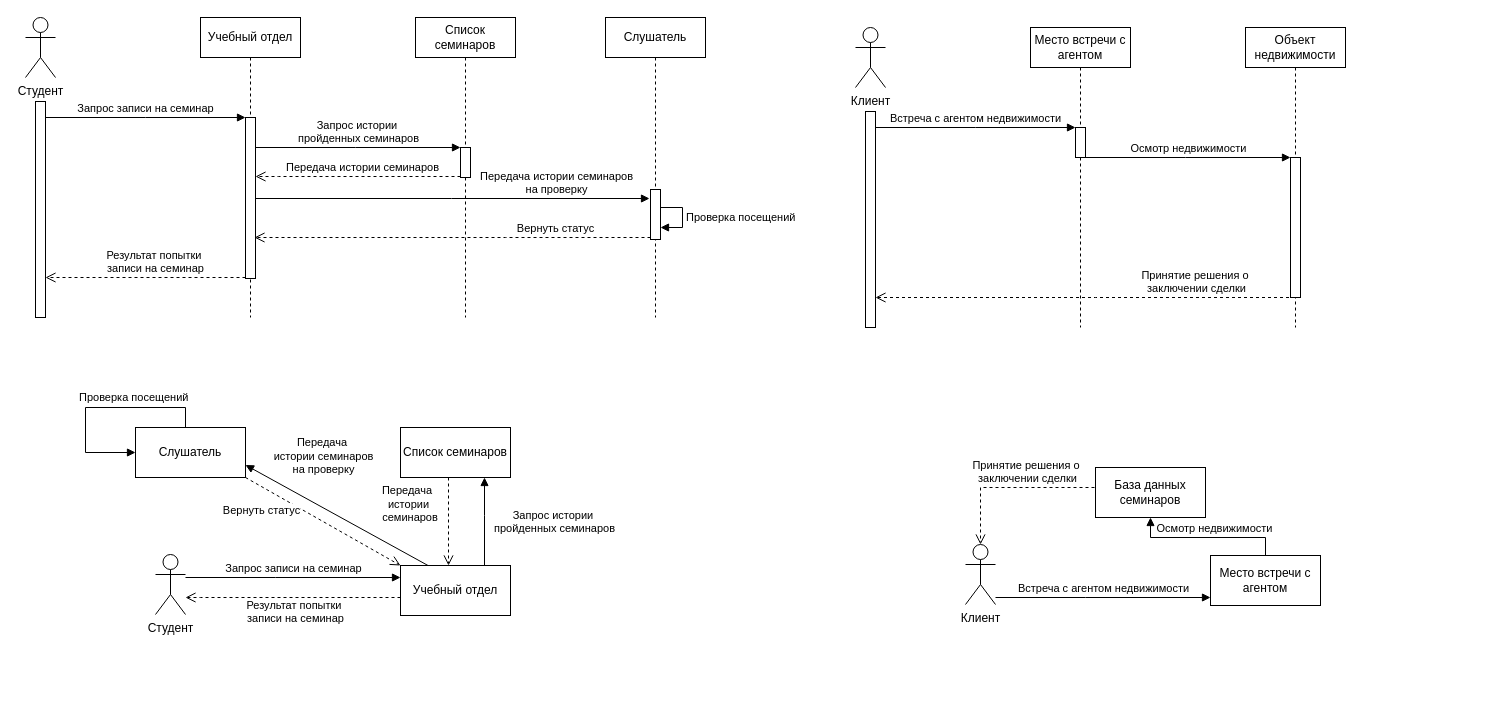
This is АКМС/4.drawio from Shumila71/homeworks, a draw.io file, before an edit. Source tidied: cells renumbered, new cells numbered last; positions are measured from the earlier drawing's top-left corner, leaving out a move shared by most shapes. Both pictures are drawn from the tidied source at 100%, with x=0, y=0 at pixel (25, 17).
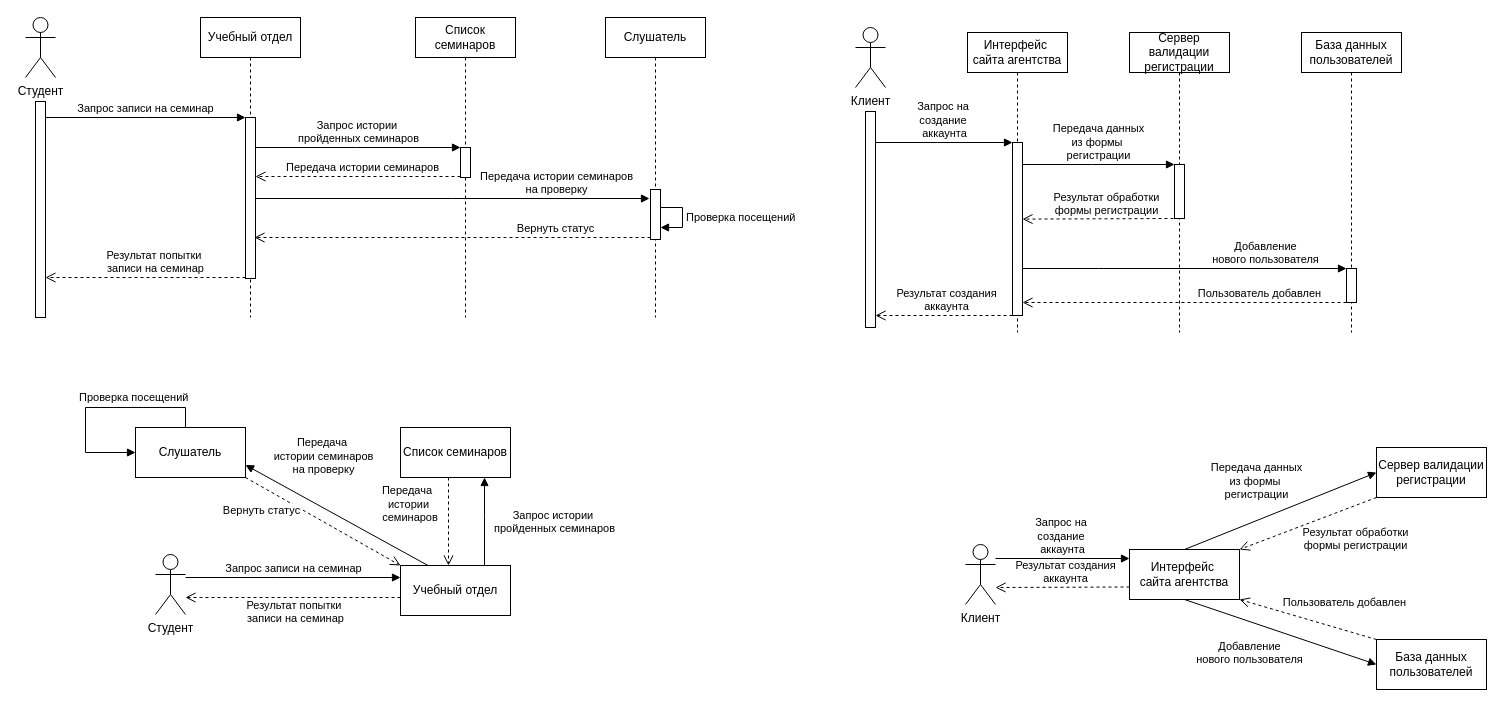
Above is the later version.

Unchanged cells that the change refers to:
```xml
<mxCell id="29" style="html=1;points=[[0,0,0,0,5],[0,1,0,0,-5],[1,0,0,0,5],[1,1,0,0,-5]];perimeter=orthogonalPerimeter;outlineConnect=0;targetShapes=umlLifeline;portConstraint=eastwest;newEdgeStyle={&quot;curved&quot;:0,&quot;rounded&quot;:0};" parent="1" vertex="1">
  <mxGeometry x="840" y="94" width="10" height="216" as="geometry" />
</mxCell>
<mxCell id="35" value="Клиент" style="shape=umlActor;verticalLabelPosition=bottom;verticalAlign=top;html=1;" parent="1" vertex="1">
  <mxGeometry x="940" y="527" width="30" height="60" as="geometry" />
</mxCell>
```

Change to the diagram source:
```diff
@@
-    <mxCell id="26" value="Место встречи с агентом" style="shape=umlLifeline;perimeter=lifelinePerimeter;whiteSpace=wrap;html=1;newEdgeStyle={&quot;edgeStyle&quot;:&quot;elbowEdgeStyle&quot;,&quot;elbow&quot;:&quot;vertical&quot;,&quot;curved&quot;:0,&quot;rounded&quot;:0};" parent="1" vertex="1">
-      <mxGeometry x="1005" y="10" width="100" height="300" as="geometry" />
+    <mxCell id="26" value="Интерфейс&amp;nbsp;&lt;div&gt;сайта агентства&lt;/div&gt;" style="shape=umlLifeline;perimeter=lifelinePerimeter;whiteSpace=wrap;html=1;newEdgeStyle={&quot;edgeStyle&quot;:&quot;elbowEdgeStyle&quot;,&quot;elbow&quot;:&quot;vertical&quot;,&quot;curved&quot;:0,&quot;rounded&quot;:0};" parent="1" vertex="1">
+      <mxGeometry x="942" y="15" width="100" height="300" as="geometry" />
     </mxCell>
     <mxCell id="27" style="html=1;points=[];perimeter=orthogonalPerimeter;outlineConnect=0;targetShapes=umlLifeline;portConstraint=eastwest;newEdgeStyle={&quot;edgeStyle&quot;:&quot;elbowEdgeStyle&quot;,&quot;elbow&quot;:&quot;vertical&quot;,&quot;curved&quot;:0,&quot;rounded&quot;:0};" parent="26" vertex="1">
-      <mxGeometry x="45" y="100" width="10" height="30" as="geometry" />
+      <mxGeometry x="45" y="110" width="10" height="173" as="geometry" />
     </mxCell>
-    <mxCell id="28" value="Встреча с агентом недвижимости" style="html=1;verticalAlign=bottom;endArrow=block;edgeStyle=elbowEdgeStyle;elbow=vertical;curved=0;rounded=0;" parent="1" edge="1" source="29" target="27">
-      <mxGeometry relative="1" as="geometry">
-        <Array as="points">
-          <mxPoint x="950" y="110" />
-          <mxPoint x="965" y="90" />
-        </Array>
-      </mxGeometry>
-    </mxCell>
@@
-    <mxCell id="31" value="Объект недвижимости" style="shape=umlLifeline;perimeter=lifelinePerimeter;whiteSpace=wrap;html=1;newEdgeStyle={&quot;edgeStyle&quot;:&quot;elbowEdgeStyle&quot;,&quot;elbow&quot;:&quot;vertical&quot;,&quot;curved&quot;:0,&quot;rounded&quot;:0};" parent="1" vertex="1">
-      <mxGeometry x="1220" y="10" width="100" height="300" as="geometry" />
+    <mxCell id="31" value="База данных пользователей" style="shape=umlLifeline;perimeter=lifelinePerimeter;whiteSpace=wrap;html=1;newEdgeStyle={&quot;edgeStyle&quot;:&quot;elbowEdgeStyle&quot;,&quot;elbow&quot;:&quot;vertical&quot;,&quot;curved&quot;:0,&quot;rounded&quot;:0};" parent="1" vertex="1">
+      <mxGeometry x="1276" y="15" width="100" height="300" as="geometry" />
     </mxCell>
     <mxCell id="32" style="html=1;points=[];perimeter=orthogonalPerimeter;outlineConnect=0;targetShapes=umlLifeline;portConstraint=eastwest;newEdgeStyle={&quot;edgeStyle&quot;:&quot;elbowEdgeStyle&quot;,&quot;elbow&quot;:&quot;vertical&quot;,&quot;curved&quot;:0,&quot;rounded&quot;:0};" parent="31" vertex="1">
-      <mxGeometry x="45" y="130" width="10" height="140" as="geometry" />
+      <mxGeometry x="45" y="236" width="10" height="34" as="geometry" />
     </mxCell>
-    <mxCell id="33" value="Осмотр недвижимости" style="html=1;verticalAlign=bottom;endArrow=block;edgeStyle=elbowEdgeStyle;elbow=vertical;curved=0;rounded=0;" parent="1" edge="1" source="27" target="32">
+    <mxCell id="33" value="Запрос на&amp;nbsp;&lt;div&gt;создание&amp;nbsp;&lt;div&gt;аккаунта&lt;/div&gt;&lt;/div&gt;" style="html=1;verticalAlign=bottom;endArrow=block;edgeStyle=elbowEdgeStyle;elbow=vertical;curved=0;rounded=0;" parent="1" edge="1" source="29" target="27">
       <mxGeometry relative="1" as="geometry">
         <Array as="points">
-          <mxPoint x="1160" y="140" />
-          <mxPoint x="1175" y="113.5" />
+          <mxPoint x="912" y="125" />
+          <mxPoint x="1160" y="320.5" />
         </Array>
       </mxGeometry>
     </mxCell>
-    <mxCell id="34" value="Принятие решения о&amp;nbsp;&lt;div&gt;заключении сделки&lt;/div&gt;" style="html=1;verticalAlign=bottom;endArrow=open;dashed=1;endSize=8;edgeStyle=elbowEdgeStyle;elbow=vertical;curved=0;rounded=0;" parent="1" edge="1" target="29">
-      <mxGeometry x="-0.53" relative="1" as="geometry">
-        <mxPoint x="1269.5" y="280" as="sourcePoint" />
-        <Array as="points">
-          <mxPoint x="1070" y="280" />
-        </Array>
-      </mxGeometry>
-    </mxCell>
@@
-    <mxCell id="36" value="Место встречи с агентом" style="html=1;whiteSpace=wrap;" parent="1" vertex="1">
-      <mxGeometry x="1185" y="538" width="110" height="50" as="geometry" />
+    <mxCell id="36" value="База данных пользователей" style="html=1;whiteSpace=wrap;" parent="1" vertex="1">
+      <mxGeometry x="1351" y="622" width="110" height="50" as="geometry" />
     </mxCell>
-    <mxCell id="37" value="База данных семинаров" style="html=1;whiteSpace=wrap;" parent="1" vertex="1">
-      <mxGeometry x="1070" y="450" width="110" height="50" as="geometry" />
+    <mxCell id="37" value="Интерфейс&amp;nbsp;&lt;div&gt;сайта агентства&lt;/div&gt;" style="html=1;whiteSpace=wrap;" parent="1" vertex="1">
+      <mxGeometry x="1104" y="532" width="110" height="50" as="geometry" />
     </mxCell>
-    <mxCell id="38" value="Встреча с агентом недвижимости" style="html=1;verticalAlign=bottom;endArrow=block;edgeStyle=elbowEdgeStyle;elbow=vertical;curved=0;rounded=0;" parent="1" edge="1">
-      <mxGeometry relative="1" as="geometry">
-        <mxPoint x="970" y="580" as="sourcePoint" />
-        <mxPoint x="1185" y="580" as="targetPoint" />
-        <Array as="points">
-          <mxPoint x="1060" y="580" />
-        </Array>
-      </mxGeometry>
-    </mxCell>
-    <mxCell id="39" value="Осмотр недвижимости" style="html=1;verticalAlign=bottom;endArrow=block;edgeStyle=elbowEdgeStyle;elbow=vertical;curved=0;rounded=0;exitX=0.5;exitY=0;exitDx=0;exitDy=0;entryX=0.5;entryY=1;entryDx=0;entryDy=0;" parent="1" edge="1" source="36" target="37">
-      <mxGeometry x="-0.1" relative="1" as="geometry">
-        <Array as="points">
-          <mxPoint x="1170" y="520" />
-          <mxPoint x="1195" y="83.5" />
-        </Array>
-      </mxGeometry>
-    </mxCell>
-    <mxCell id="40" value="Принятие решения о&amp;nbsp;&lt;div&gt;заключении сделки&lt;/div&gt;" style="html=1;verticalAlign=bottom;endArrow=open;dashed=1;endSize=8;edgeStyle=elbowEdgeStyle;elbow=vertical;curved=0;rounded=0;exitX=0;exitY=0.5;exitDx=0;exitDy=0;entryX=0.5;entryY=0;entryDx=0;entryDy=0;entryPerimeter=0;" parent="1" edge="1" source="37" target="35">
-      <mxGeometry x="-0.17" relative="1" as="geometry">
-        <Array as="points">
-          <mxPoint x="1000" y="470" />
-        </Array>
-      </mxGeometry>
-    </mxCell>
@@
+    <mxCell id="43" value="Сервер валидации регистрации" style="shape=umlLifeline;perimeter=lifelinePerimeter;whiteSpace=wrap;html=1;newEdgeStyle={&quot;edgeStyle&quot;:&quot;elbowEdgeStyle&quot;,&quot;elbow&quot;:&quot;vertical&quot;,&quot;curved&quot;:0,&quot;rounded&quot;:0};" parent="1" vertex="1">
+      <mxGeometry x="1104" y="15" width="100" height="300" as="geometry" />
+    </mxCell>
+    <mxCell id="44" style="html=1;points=[];perimeter=orthogonalPerimeter;outlineConnect=0;targetShapes=umlLifeline;portConstraint=eastwest;newEdgeStyle={&quot;edgeStyle&quot;:&quot;elbowEdgeStyle&quot;,&quot;elbow&quot;:&quot;vertical&quot;,&quot;curved&quot;:0,&quot;rounded&quot;:0};" parent="43" vertex="1">
+      <mxGeometry x="45" y="132" width="10" height="54" as="geometry" />
+    </mxCell>
+    <mxCell id="45" value="Пользователь добавлен" style="html=1;verticalAlign=bottom;endArrow=open;dashed=1;endSize=8;edgeStyle=elbowEdgeStyle;elbow=vertical;curved=0;rounded=0;" parent="1" edge="1" source="32" target="27">
+      <mxGeometry x="-0.46" relative="1" as="geometry">
+        <Array as="points">
+          <mxPoint x="1125" y="285" />
+          <mxPoint x="1107" y="291" />
+        </Array>
+      </mxGeometry>
+    </mxCell>
+    <mxCell id="46" value="Передача данных&lt;div&gt;из формы&amp;nbsp;&lt;/div&gt;&lt;div&gt;регистрации&lt;/div&gt;" style="html=1;verticalAlign=bottom;endArrow=block;edgeStyle=elbowEdgeStyle;elbow=vertical;curved=0;rounded=0;" parent="1" edge="1" source="27" target="44">
+      <mxGeometry relative="1" as="geometry">
+        <Array as="points">
+          <mxPoint x="1067" y="147" />
+          <mxPoint x="1317" y="339.5" />
+        </Array>
+      </mxGeometry>
+    </mxCell>
+    <mxCell id="47" value="Результат обработки&lt;div&gt;формы регистрации&lt;/div&gt;" style="html=1;verticalAlign=bottom;endArrow=open;dashed=1;endSize=8;edgeStyle=elbowEdgeStyle;elbow=vertical;curved=0;rounded=0;" parent="1" edge="1" source="44" target="27">
+      <mxGeometry x="-0.06" relative="1" as="geometry">
+        <Array as="points">
+          <mxPoint x="1142.3" y="201.6" />
+          <mxPoint x="1124.3" y="207.6" />
+        </Array>
+      </mxGeometry>
+    </mxCell>
+    <mxCell id="48" value="&lt;div&gt;Добавление&lt;/div&gt;&lt;div&gt;нового пользователя&lt;/div&gt;" style="html=1;verticalAlign=bottom;endArrow=block;edgeStyle=elbowEdgeStyle;elbow=vertical;curved=0;rounded=0;" parent="1" edge="1" source="27" target="32">
+      <mxGeometry x="0.5" relative="1" as="geometry">
+        <Array as="points">
+          <mxPoint x="1073" y="251" />
+          <mxPoint x="1323" y="443.5" />
+        </Array>
+      </mxGeometry>
+    </mxCell>
+    <mxCell id="49" value="Результат создания&lt;div&gt;аккаунта&lt;/div&gt;" style="html=1;verticalAlign=bottom;endArrow=open;dashed=1;endSize=8;edgeStyle=elbowEdgeStyle;elbow=vertical;curved=0;rounded=0;" parent="1" edge="1" source="27" target="29">
+      <mxGeometry x="-0.04" relative="1" as="geometry">
+        <Array as="points">
+          <mxPoint x="898" y="298" />
+        </Array>
+      </mxGeometry>
+    </mxCell>
+    <mxCell id="50" value="Сервер валидации регистрации" style="html=1;whiteSpace=wrap;" parent="1" vertex="1">
+      <mxGeometry x="1351" y="430" width="110" height="50" as="geometry" />
+    </mxCell>
+    <mxCell id="51" value="Запрос на&amp;nbsp;&lt;div&gt;создание&amp;nbsp;&lt;div&gt;аккаунта&lt;/div&gt;&lt;/div&gt;" style="html=1;verticalAlign=bottom;endArrow=block;edgeStyle=elbowEdgeStyle;elbow=vertical;curved=0;rounded=0;" parent="1" edge="1" source="35">
+      <mxGeometry relative="1" as="geometry">
+        <mxPoint x="1104" y="541" as="targetPoint" />
+        <Array as="points">
+          <mxPoint x="1029" y="541" />
+          <mxPoint x="1277" y="736.5" />
+        </Array>
+      </mxGeometry>
+    </mxCell>
+    <mxCell id="40" value="Результат создания&lt;div&gt;аккаунта&lt;/div&gt;" style="html=1;verticalAlign=bottom;endArrow=open;dashed=1;endSize=8;edgeStyle=elbowEdgeStyle;elbow=vertical;curved=0;rounded=0;exitX=0;exitY=0.75;exitDx=0;exitDy=0;" parent="1" edge="1" source="37" target="35">
+      <mxGeometry x="-0.04" relative="1" as="geometry" />
+    </mxCell>
+    <mxCell id="52" value="Передача данных&lt;div&gt;из формы&amp;nbsp;&lt;/div&gt;&lt;div&gt;регистрации&lt;/div&gt;" style="html=1;verticalAlign=bottom;endArrow=block;elbow=vertical;rounded=0;entryX=0;entryY=0.5;entryDx=0;entryDy=0;exitX=0.5;exitY=0;exitDx=0;exitDy=0;" parent="1" edge="1" source="37" target="50">
+      <mxGeometry x="-0.19" y="16" relative="1" as="geometry" />
+    </mxCell>
+    <mxCell id="53" value="Результат обработки&lt;div&gt;формы регистрации&lt;/div&gt;" style="html=1;verticalAlign=bottom;endArrow=open;dashed=1;endSize=8;elbow=vertical;rounded=0;exitX=0;exitY=1;exitDx=0;exitDy=0;entryX=1;entryY=0;entryDx=0;entryDy=0;" parent="1" edge="1" source="50" target="37">
+      <mxGeometry x="-0.46" y="46" relative="1" as="geometry" />
+    </mxCell>
+    <mxCell id="39" value="Пользователь добавлен" style="html=1;verticalAlign=bottom;endArrow=open;dashed=1;endSize=8;elbow=vertical;rounded=0;exitX=0;exitY=0;exitDx=0;exitDy=0;entryX=1;entryY=1;entryDx=0;entryDy=0;" parent="1" edge="1" source="36" target="37">
+      <mxGeometry x="-0.46" y="-18" relative="1" as="geometry" />
+    </mxCell>
+    <mxCell id="54" value="&lt;div&gt;Добавление&lt;/div&gt;&lt;div&gt;нового пользователя&lt;/div&gt;" style="html=1;verticalAlign=bottom;endArrow=block;elbow=vertical;rounded=0;entryX=0;entryY=0.5;entryDx=0;entryDy=0;exitX=0.5;exitY=1;exitDx=0;exitDy=0;" parent="1" edge="1" source="37" target="36">
+      <mxGeometry x="-0.17" y="-45" relative="1" as="geometry">
+        <mxPoint y="-1" as="offset" />
+      </mxGeometry>
+    </mxCell>
```
